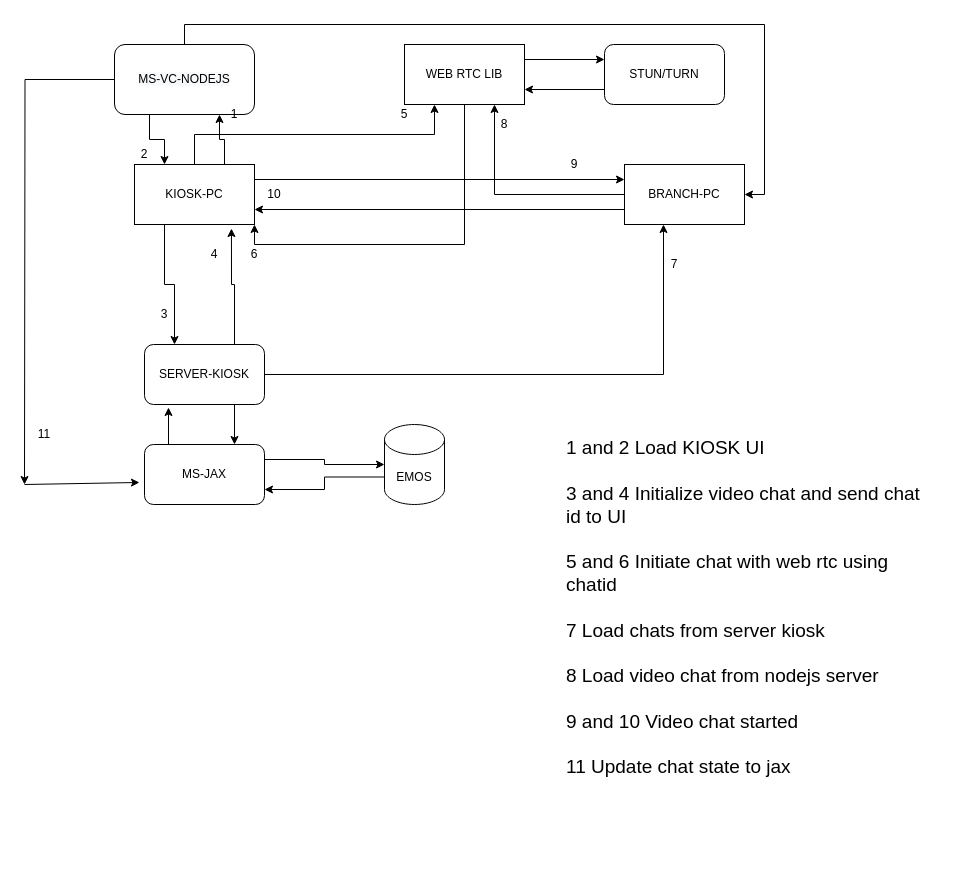
pat246/drawio keeps this draw.io diagram as Almulla/Untitled Diagram.drawio. Above is the earlier version. Source tidied: cells renumbered, new cells numbered last; positions are measured from the earlier drawing's top-left corner, leaving out a move shared by most shapes. Both pictures are drawn from the tidied source at 100%, with x=0, y=0 at pixel (24, 44).
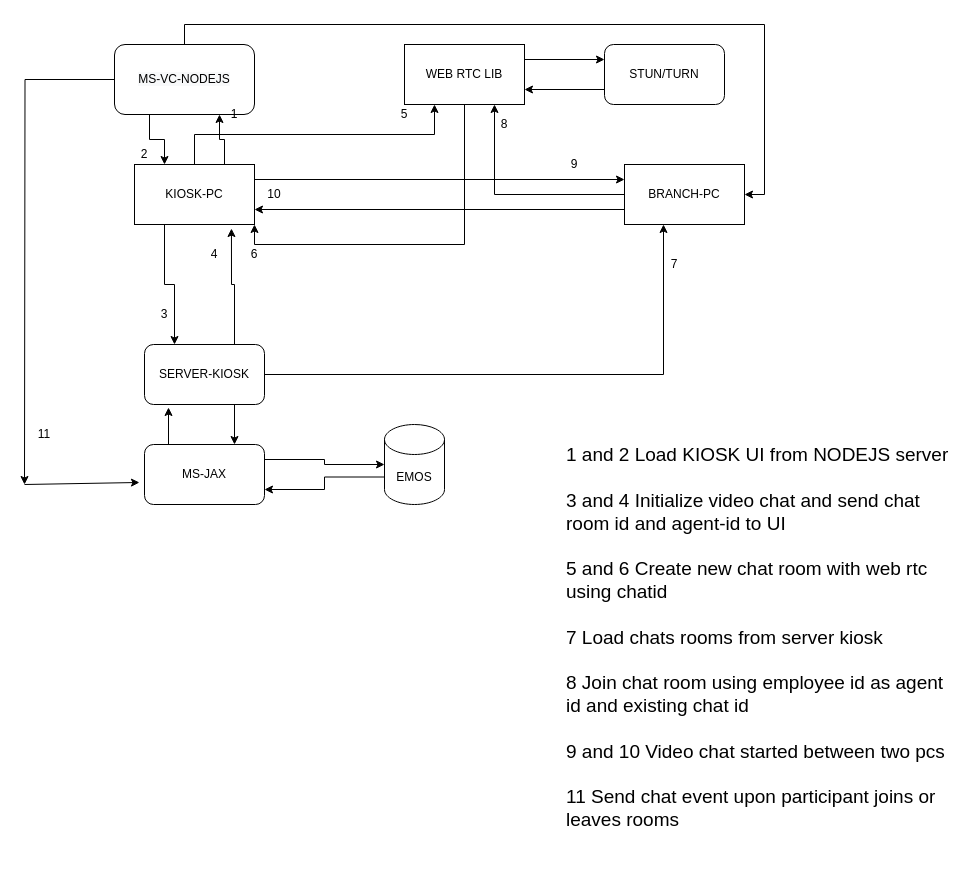
Above is the later version.

Change to the diagram source:
```diff
@@
-    <mxCell id="39" value="1 and 2 Load KIOSK UI&amp;nbsp;&lt;br&gt;&lt;br style=&quot;font-size: 19px&quot;&gt;3 and 4 Initialize video chat and send chat id to UI&lt;br&gt;&lt;br style=&quot;font-size: 19px&quot;&gt;5 and 6 Initiate chat with web rtc using chatid&lt;br&gt;&lt;br style=&quot;font-size: 19px&quot;&gt;7 Load chats from server kiosk&lt;br&gt;&lt;br style=&quot;font-size: 19px&quot;&gt;8 Load video chat from nodejs server&lt;br&gt;&lt;br style=&quot;font-size: 19px&quot;&gt;9 and 10 Video chat started&lt;br&gt;&lt;br style=&quot;font-size: 19px&quot;&gt;11 Update chat state to jax&lt;br style=&quot;font-size: 19px&quot;&gt;&amp;nbsp;" style="text;html=1;strokeColor=none;fillColor=none;align=left;verticalAlign=middle;whiteSpace=wrap;rounded=0;fontSize=19;fontFamily=Helvetica;" parent="1" vertex="1">
-      <mxGeometry x="540" y="400" width="370" height="350" as="geometry" />
+    <mxCell id="39" value="1 and 2 Load KIOSK UI from NODEJS server&lt;br&gt;&lt;br style=&quot;font-size: 19px&quot;&gt;3 and 4 Initialize video chat and send chat room id and agent-id to UI&lt;br&gt;&lt;br style=&quot;font-size: 19px&quot;&gt;5 and 6 Create new chat room with web rtc using chatid&lt;br&gt;&lt;br style=&quot;font-size: 19px&quot;&gt;7 Load chats rooms from server kiosk&lt;br&gt;&lt;br style=&quot;font-size: 19px&quot;&gt;8 Join chat room using employee id as agent id and existing chat id&lt;br&gt;&lt;br style=&quot;font-size: 19px&quot;&gt;9 and 10 Video chat started between two pcs&lt;br&gt;&lt;br style=&quot;font-size: 19px&quot;&gt;11 Send chat event upon participant joins or leaves rooms&lt;br style=&quot;font-size: 19px&quot;&gt;&amp;nbsp;" style="text;html=1;strokeColor=none;fillColor=none;align=left;verticalAlign=middle;whiteSpace=wrap;rounded=0;fontSize=19;fontFamily=Helvetica;" parent="1" vertex="1">
+      <mxGeometry x="540" y="400" width="390" height="410" as="geometry" />
     </mxCell>
```
